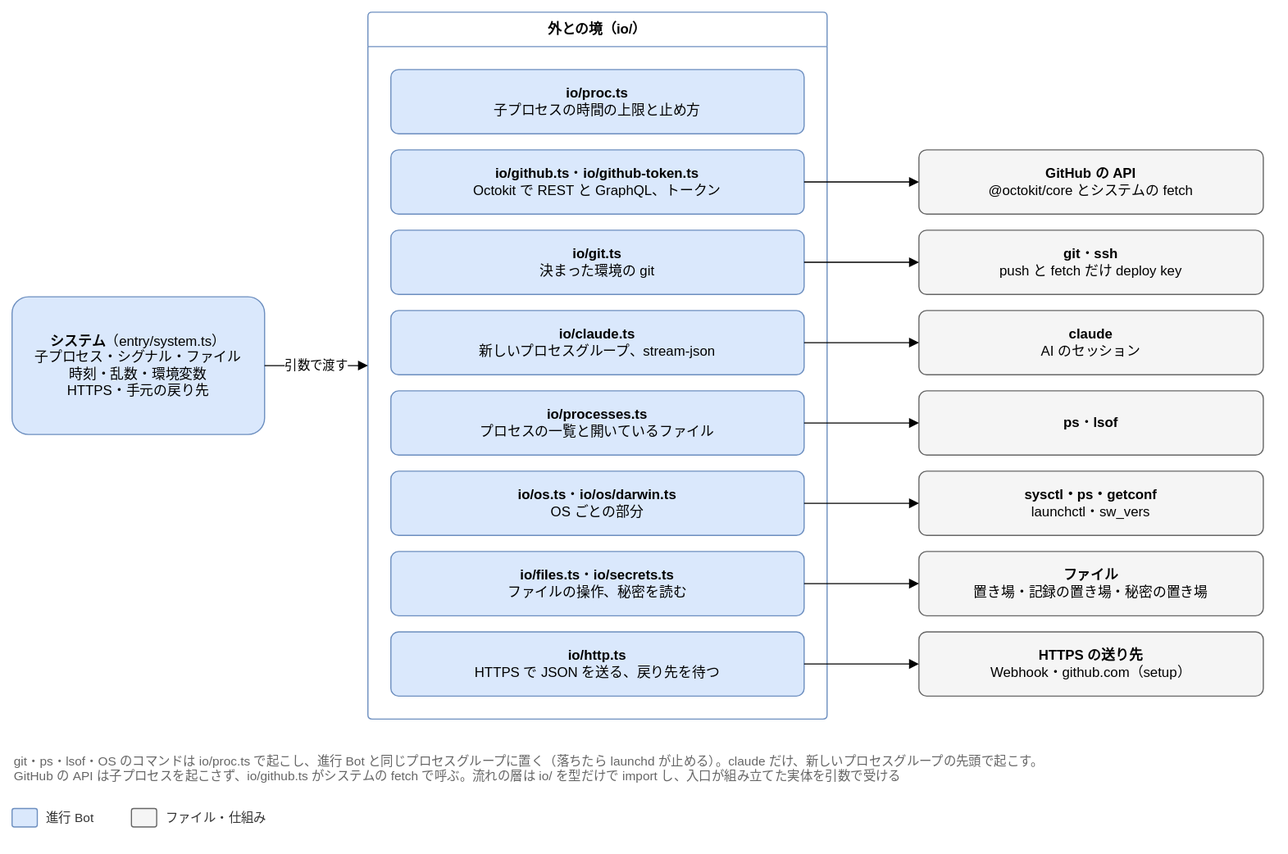
This is docs/design/detailed/diagrams/01-modules.drawio.svg from Joymerrevent/dev-autopilot, a draw.io export, as it was before one commit. Source tidied: cells renumbered, new cells last; positions are measured from the earlier drawing's top-left corner, leaving out a move shared by most shapes.
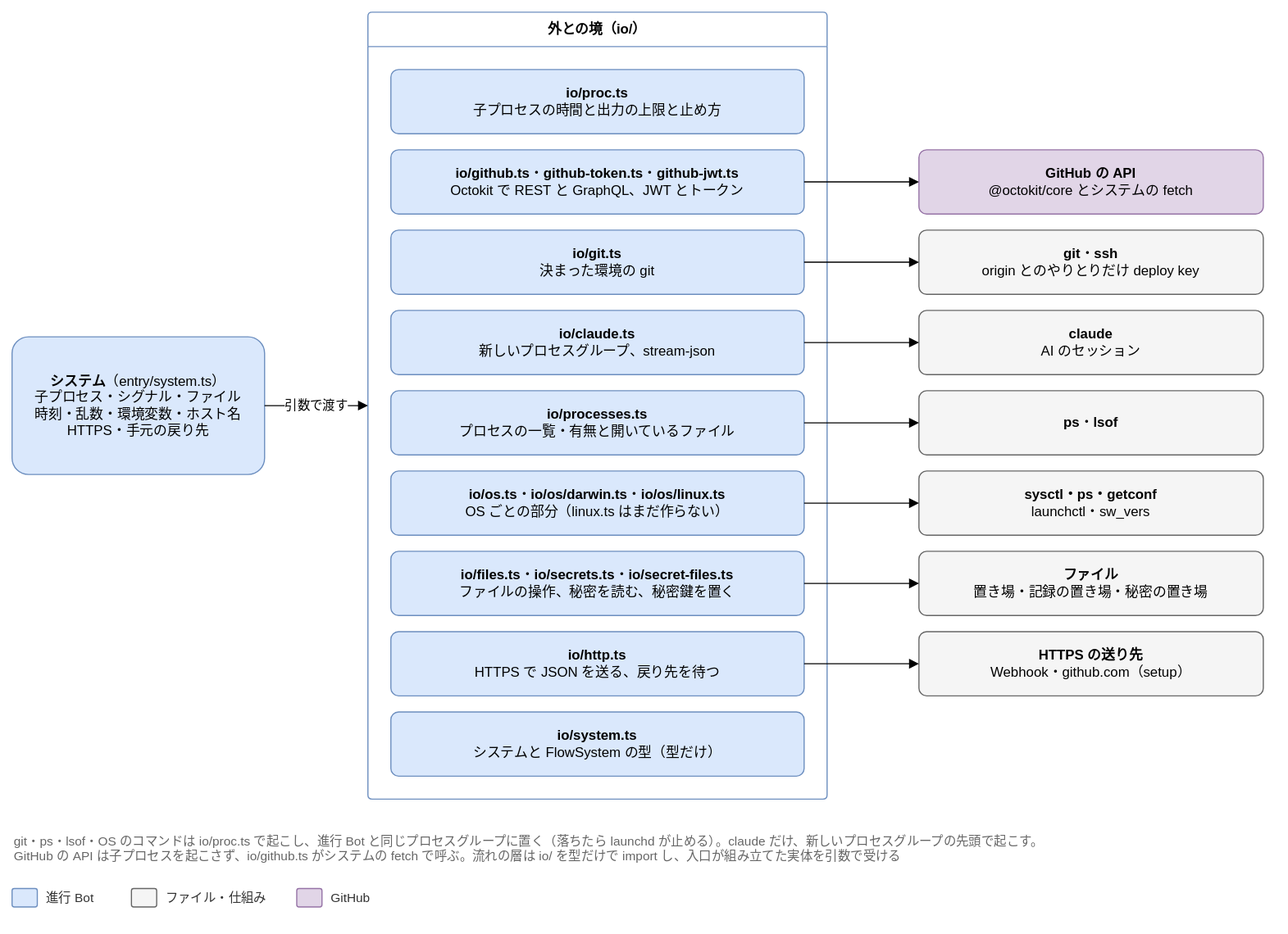
Above is the later version.

Diff of the diagram source:
```diff
@@ -3,12 +3,12 @@
     <mxCell id="0" />
     <mxCell id="1" parent="0" />
     <mxCell id="2" value="外との境（io/）" style="swimlane;startSize=30;html=1;whiteSpace=wrap;rounded=1;arcSize=4;fontStyle=1;fontSize=12;fillColor=none;swimlaneFillColor=none;strokeColor=#6c8ebf;" parent="1" vertex="1">
-      <mxGeometry x="310" width="400" height="616" as="geometry" />
+      <mxGeometry x="310" width="400" height="686" as="geometry" />
     </mxCell>
-    <mxCell id="3" value="&lt;b&gt;io/proc.ts&lt;/b&gt;&lt;br&gt;子プロセスの時間の上限と止め方" style="rounded=1;whiteSpace=wrap;html=1;fontSize=12;arcSize=12;spacing=12;fillColor=#dae8fc;strokeColor=#6c8ebf;" parent="2" vertex="1">
+    <mxCell id="3" value="&lt;b&gt;io/proc.ts&lt;/b&gt;&lt;br&gt;子プロセスの時間と出力の上限と止め方" style="rounded=1;whiteSpace=wrap;html=1;fontSize=12;arcSize=12;spacing=12;fillColor=#dae8fc;strokeColor=#6c8ebf;" parent="2" vertex="1">
       <mxGeometry x="20" y="50" width="360" height="56" as="geometry" />
     </mxCell>
-    <mxCell id="4" value="&lt;b&gt;io/github.ts&lt;/b&gt;・&lt;b&gt;io/github-token.ts&lt;/b&gt;&lt;br&gt;Octokit で REST と GraphQL、トークン" style="rounded=1;whiteSpace=wrap;html=1;fontSize=12;arcSize=12;spacing=12;fillColor=#dae8fc;strokeColor=#6c8ebf;" parent="2" vertex="1">
+    <mxCell id="4" value="&lt;b&gt;io/github.ts&lt;/b&gt;・&lt;b&gt;github-token.ts&lt;/b&gt;・&lt;b&gt;github-jwt.ts&lt;/b&gt;&lt;br&gt;Octokit で REST と GraphQL、JWT とトークン" style="rounded=1;whiteSpace=wrap;html=1;fontSize=12;arcSize=12;spacing=12;fillColor=#dae8fc;strokeColor=#6c8ebf;" parent="2" vertex="1">
       <mxGeometry x="20" y="120" width="360" height="56" as="geometry" />
     </mxCell>
     <mxCell id="5" value="&lt;b&gt;io/git.ts&lt;/b&gt;&lt;br&gt;決まった環境の git" style="rounded=1;whiteSpace=wrap;html=1;fontSize=12;arcSize=12;spacing=12;fillColor=#dae8fc;strokeColor=#6c8ebf;" parent="2" vertex="1">
@@ -17,31 +17,34 @@
     <mxCell id="6" value="&lt;b&gt;io/claude.ts&lt;/b&gt;&lt;br&gt;新しいプロセスグループ、stream-json" style="rounded=1;whiteSpace=wrap;html=1;fontSize=12;arcSize=12;spacing=12;fillColor=#dae8fc;strokeColor=#6c8ebf;" parent="2" vertex="1">
       <mxGeometry x="20" y="260" width="360" height="56" as="geometry" />
     </mxCell>
-    <mxCell id="7" value="&lt;b&gt;io/processes.ts&lt;/b&gt;&lt;br&gt;プロセスの一覧と開いているファイル" style="rounded=1;whiteSpace=wrap;html=1;fontSize=12;arcSize=12;spacing=12;fillColor=#dae8fc;strokeColor=#6c8ebf;" parent="2" vertex="1">
+    <mxCell id="7" value="&lt;b&gt;io/processes.ts&lt;/b&gt;&lt;br&gt;プロセスの一覧・有無と開いているファイル" style="rounded=1;whiteSpace=wrap;html=1;fontSize=12;arcSize=12;spacing=12;fillColor=#dae8fc;strokeColor=#6c8ebf;" parent="2" vertex="1">
       <mxGeometry x="20" y="330" width="360" height="56" as="geometry" />
     </mxCell>
-    <mxCell id="8" value="&lt;b&gt;io/os.ts&lt;/b&gt;・&lt;b&gt;io/os/darwin.ts&lt;/b&gt;&lt;br&gt;OS ごとの部分" style="rounded=1;whiteSpace=wrap;html=1;fontSize=12;arcSize=12;spacing=12;fillColor=#dae8fc;strokeColor=#6c8ebf;" parent="2" vertex="1">
+    <mxCell id="8" value="&lt;b&gt;io/os.ts&lt;/b&gt;・&lt;b&gt;io/os/darwin.ts&lt;/b&gt;・&lt;b&gt;io/os/linux.ts&lt;/b&gt;&lt;br&gt;OS ごとの部分（linux.ts はまだ作らない）" style="rounded=1;whiteSpace=wrap;html=1;fontSize=12;arcSize=12;spacing=12;fillColor=#dae8fc;strokeColor=#6c8ebf;" parent="2" vertex="1">
       <mxGeometry x="20" y="400" width="360" height="56" as="geometry" />
     </mxCell>
-    <mxCell id="9" value="&lt;b&gt;io/files.ts&lt;/b&gt;・&lt;b&gt;io/secrets.ts&lt;/b&gt;&lt;br&gt;ファイルの操作、秘密を読む" style="rounded=1;whiteSpace=wrap;html=1;fontSize=12;arcSize=12;spacing=12;fillColor=#dae8fc;strokeColor=#6c8ebf;" parent="2" vertex="1">
+    <mxCell id="9" value="&lt;b&gt;io/files.ts&lt;/b&gt;・&lt;b&gt;io/secrets.ts&lt;/b&gt;・&lt;b&gt;io/secret-files.ts&lt;/b&gt;&lt;br&gt;ファイルの操作、秘密を読む、秘密鍵を置く" style="rounded=1;whiteSpace=wrap;html=1;fontSize=12;arcSize=12;spacing=12;fillColor=#dae8fc;strokeColor=#6c8ebf;" parent="2" vertex="1">
       <mxGeometry x="20" y="470" width="360" height="56" as="geometry" />
     </mxCell>
     <mxCell id="10" value="&lt;b&gt;io/http.ts&lt;/b&gt;&lt;br&gt;HTTPS で JSON を送る、戻り先を待つ" style="rounded=1;whiteSpace=wrap;html=1;fontSize=12;arcSize=12;spacing=12;fillColor=#dae8fc;strokeColor=#6c8ebf;" parent="2" vertex="1">
       <mxGeometry x="20" y="540" width="360" height="56" as="geometry" />
     </mxCell>
+    <mxCell id="32" value="&lt;b&gt;io/system.ts&lt;/b&gt;&lt;br&gt;システムと FlowSystem の型（型だけ）" style="rounded=1;whiteSpace=wrap;html=1;fontSize=12;arcSize=12;spacing=12;fillColor=#dae8fc;strokeColor=#6c8ebf;" parent="2" vertex="1">
+      <mxGeometry x="20" y="610" width="360" height="56" as="geometry" />
+    </mxCell>
-    <mxCell id="11" value="&lt;b&gt;システム&lt;/b&gt;（entry/system.ts）&lt;br&gt;子プロセス・シグナル・ファイル&lt;br&gt;時刻・乱数・環境変数&lt;br&gt;HTTPS・手元の戻り先" style="rounded=1;whiteSpace=wrap;html=1;fontSize=12;arcSize=12;spacing=12;fillColor=#dae8fc;strokeColor=#6c8ebf;" parent="1" vertex="1">
-      <mxGeometry y="248" width="220" height="120" as="geometry" />
+    <mxCell id="11" value="&lt;b&gt;システム&lt;/b&gt;（entry/system.ts）&lt;br&gt;子プロセス・シグナル・ファイル&lt;br&gt;時刻・乱数・環境変数・ホスト名&lt;br&gt;HTTPS・手元の戻り先" style="rounded=1;whiteSpace=wrap;html=1;fontSize=12;arcSize=12;spacing=12;fillColor=#dae8fc;strokeColor=#6c8ebf;" parent="1" vertex="1">
+      <mxGeometry y="283" width="220" height="120" as="geometry" />
     </mxCell>
     <mxCell id="12" value="引数で渡す" style="edgeStyle=orthogonalEdgeStyle;rounded=1;html=1;endArrow=block;endFill=1;fontSize=11;labelBackgroundColor=#ffffff;exitX=1;exitY=0.5;exitDx=0;exitDy=0;entryX=0;entryY=0.5;entryDx=0;entryDy=0;" parent="1" edge="1" source="11" target="2">
       <mxGeometry relative="1" as="geometry" />
     </mxCell>
-    <mxCell id="13" value="&lt;b&gt;GitHub の API&lt;/b&gt;&lt;br&gt;@octokit/core とシステムの fetch" style="rounded=1;whiteSpace=wrap;html=1;fontSize=12;arcSize=12;spacing=12;fillColor=#f5f5f5;strokeColor=#666666;" parent="1" vertex="1">
+    <mxCell id="13" value="&lt;b&gt;GitHub の API&lt;/b&gt;&lt;br&gt;@octokit/core とシステムの fetch" style="rounded=1;whiteSpace=wrap;html=1;fontSize=12;arcSize=12;spacing=12;fillColor=#e1d5e7;strokeColor=#9673a6;" parent="1" vertex="1">
       <mxGeometry x="790" y="120" width="300" height="56" as="geometry" />
     </mxCell>
     <mxCell id="14" style="edgeStyle=orthogonalEdgeStyle;rounded=1;html=1;endArrow=block;endFill=1;fontSize=11;labelBackgroundColor=#ffffff;exitX=1;exitY=0.5;exitDx=0;exitDy=0;entryX=0;entryY=0.5;entryDx=0;entryDy=0;" parent="1" edge="1" source="4" target="13">
       <mxGeometry relative="1" as="geometry" />
     </mxCell>
-    <mxCell id="15" value="&lt;b&gt;git&lt;/b&gt;・&lt;b&gt;ssh&lt;/b&gt;&lt;br&gt;push と fetch だけ deploy key" style="rounded=1;whiteSpace=wrap;html=1;fontSize=12;arcSize=12;spacing=12;fillColor=#f5f5f5;strokeColor=#666666;" parent="1" vertex="1">
+    <mxCell id="15" value="&lt;b&gt;git&lt;/b&gt;・&lt;b&gt;ssh&lt;/b&gt;&lt;br&gt;origin とのやりとりだけ deploy key" style="rounded=1;whiteSpace=wrap;html=1;fontSize=12;arcSize=12;spacing=12;fillColor=#f5f5f5;strokeColor=#666666;" parent="1" vertex="1">
       <mxGeometry x="790" y="190" width="300" height="56" as="geometry" />
     </mxCell>
     <mxCell id="16" style="edgeStyle=orthogonalEdgeStyle;rounded=1;html=1;endArrow=block;endFill=1;fontSize=11;labelBackgroundColor=#ffffff;exitX=1;exitY=0.5;exitDx=0;exitDy=0;entryX=0;entryY=0.5;entryDx=0;entryDy=0;" parent="1" edge="1" source="5" target="15">
@@ -78,19 +81,25 @@
       <mxGeometry relative="1" as="geometry" />
     </mxCell>
     <mxCell id="27" value="git・ps・lsof・OS のコマンドは io/proc.ts で起こし、進行 Bot と同じプロセスグループに置く（落ちたら launchd が止める）。claude だけ、新しいプロセスグループの先頭で起こす。&lt;br&gt;GitHub の API は子プロセスを起こさず、io/github.ts がシステムの fetch で呼ぶ。流れの層は io/ を型だけで import し、入口が組み立てた実体を引数で受ける" style="text;html=1;whiteSpace=wrap;align=left;verticalAlign=top;fontSize=11;fontColor=#666666;" parent="1" vertex="1">
-      <mxGeometry y="640" width="1090" height="40" as="geometry" />
+      <mxGeometry y="710" width="1090" height="40" as="geometry" />
     </mxCell>
     <mxCell id="28" style="rounded=1;whiteSpace=wrap;html=1;fontSize=12;arcSize=12;spacing=12;fillColor=#dae8fc;strokeColor=#6c8ebf;" parent="1" vertex="1">
-      <mxGeometry y="694" width="22" height="16" as="geometry" />
+      <mxGeometry y="764" width="22" height="16" as="geometry" />
     </mxCell>
     <mxCell id="29" value="進行 Bot" style="text;html=1;align=left;verticalAlign=middle;fontSize=11;fontColor=#333333;" parent="1" vertex="1">
-      <mxGeometry x="28" y="692" width="60" height="20" as="geometry" />
+      <mxGeometry x="28" y="762" width="60" height="20" as="geometry" />
     </mxCell>
     <mxCell id="30" style="rounded=1;whiteSpace=wrap;html=1;fontSize=12;arcSize=12;spacing=12;fillColor=#f5f5f5;strokeColor=#666666;" parent="1" vertex="1">
-      <mxGeometry x="104" y="694" width="22" height="16" as="geometry" />
+      <mxGeometry x="104" y="764" width="22" height="16" as="geometry" />
     </mxCell>
     <mxCell id="31" value="ファイル・仕組み" style="text;html=1;align=left;verticalAlign=middle;fontSize=11;fontColor=#333333;" parent="1" vertex="1">
-      <mxGeometry x="132" y="692" width="100" height="20" as="geometry" />
+      <mxGeometry x="132" y="762" width="100" height="20" as="geometry" />
     </mxCell>
+    <mxCell id="33" style="rounded=1;whiteSpace=wrap;html=1;fontSize=12;arcSize=12;spacing=12;fillColor=#e1d5e7;strokeColor=#9673a6;" parent="1" vertex="1">
+      <mxGeometry x="248" y="764" width="22" height="16" as="geometry" />
+    </mxCell>
+    <mxCell id="34" value="GitHub" style="text;html=1;align=left;verticalAlign=middle;fontSize=11;fontColor=#333333;" parent="1" vertex="1">
+      <mxGeometry x="276" y="762" width="60" height="20" as="geometry" />
+    </mxCell>
   </root>
 </mxGraphModel>
```
